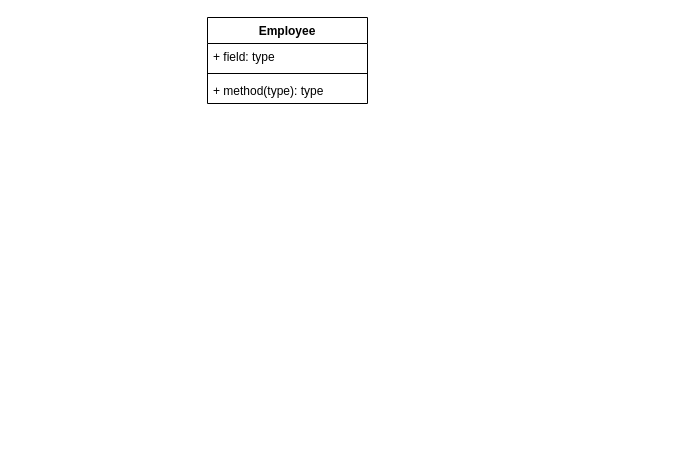
Above: lab7UML.drawio in alymoataz/Employee-Management-System (draw.io), before the change. Source tidied: cells renumbered, new cells numbered last; positions are measured from the earlier drawing's top-left corner, leaving out a move shared by most shapes. Both pictures are drawn from the tidied source at 100%, with x=0, y=0 at pixel (207, 17).
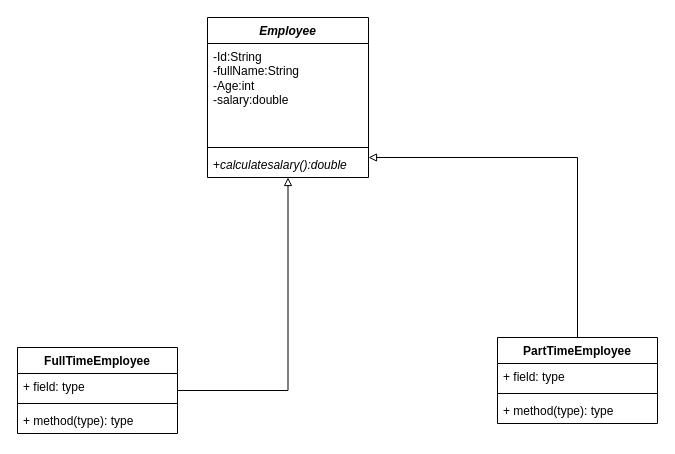
Above is the later version.

What changed in the source:
```diff
@@
 <mxGraphModel>
   <root>
     <mxCell id="0" />
     <mxCell id="1" parent="0" />
-    <mxCell id="2" value="Employee&lt;div&gt;&lt;br&gt;&lt;/div&gt;" style="swimlane;fontStyle=1;align=center;verticalAlign=top;horizontal=1;startSize=26;whiteSpace=wrap;html=1;" parent="1" vertex="1">
-      <mxGeometry width="160" height="86" as="geometry" />
+    <mxCell id="2" value="&lt;i&gt;Employee&lt;/i&gt;" style="swimlane;fontStyle=1;align=center;verticalAlign=top;horizontal=1;startSize=26;whiteSpace=wrap;html=1;" parent="1" vertex="1">
+      <mxGeometry width="161" height="160" as="geometry" />
     </mxCell>
-    <mxCell id="3" value="+ field: type" style="text;strokeColor=none;fillColor=none;align=left;verticalAlign=top;spacingLeft=4;spacingRight=4;overflow=hidden;whiteSpace=wrap;html=1;" parent="2" vertex="1">
-      <mxGeometry y="26" width="160" height="26" as="geometry" />
-    </mxCell>
-    <mxCell id="4" style="line;strokeWidth=1;fillColor=none;align=left;verticalAlign=middle;spacingTop=-1;spacingLeft=3;spacingRight=3;labelPosition=right;strokeColor=inherit;labelPerimeter=1;" parent="2" vertex="1">
-      <mxGeometry y="52" width="160" height="8" as="geometry" />
-    </mxCell>
-    <mxCell id="5" value="+ method(type): type" style="text;strokeColor=none;fillColor=none;align=left;verticalAlign=top;spacingLeft=4;spacingRight=4;overflow=hidden;whiteSpace=wrap;html=1;" parent="2" vertex="1">
-      <mxGeometry y="60" width="160" height="26" as="geometry" />
-    </mxCell>
+    <mxCell id="6" value="-Id:String&lt;div&gt;-fullName:String&lt;/div&gt;&lt;div&gt;-Age:int&lt;/div&gt;&lt;div&gt;-salary:double&lt;/div&gt;&lt;div&gt;&lt;br&gt;&lt;/div&gt;" style="text;strokeColor=none;fillColor=none;align=left;verticalAlign=top;spacingLeft=4;spacingRight=4;overflow=hidden;whiteSpace=wrap;html=1;" parent="2" vertex="1">
+      <mxGeometry y="26" width="161" height="100" as="geometry" />
+    </mxCell>
+    <mxCell id="7" style="line;strokeWidth=1;fillColor=none;align=left;verticalAlign=middle;spacingTop=-1;spacingLeft=3;spacingRight=3;labelPosition=right;strokeColor=inherit;labelPerimeter=1;" parent="2" vertex="1">
+      <mxGeometry y="126" width="161" height="8" as="geometry" />
+    </mxCell>
+    <mxCell id="8" value="+&lt;i&gt;calculatesalary():double&lt;/i&gt;" style="text;strokeColor=none;fillColor=none;align=left;verticalAlign=top;spacingLeft=4;spacingRight=4;overflow=hidden;points=[[0,0.5],[1,0.5]];portConstraint=eastwest;whiteSpace=wrap;html=1;" parent="2" vertex="1">
+      <mxGeometry y="134" width="161" height="26" as="geometry" />
+    </mxCell>
+    <mxCell id="9" style="edgeStyle=orthogonalEdgeStyle;rounded=0;jettySize=auto;html=1;entryX=0.5;entryY=1;entryDx=0;entryDy=0;defaultLabelBackgroundColor=page;labelPadding=0 4;endArrow=block;endFill=0;" parent="1" edge="1" source="10" target="2">
+      <mxGeometry relative="1" as="geometry" />
+    </mxCell>
+    <mxCell id="10" value="FullTimeEmployee&lt;div&gt;&lt;br&gt;&lt;/div&gt;" style="swimlane;fontStyle=1;align=center;verticalAlign=top;horizontal=1;startSize=26;whiteSpace=wrap;html=1;" parent="1" vertex="1">
+      <mxGeometry x="-190" y="330" width="160" height="86" as="geometry" />
+    </mxCell>
+    <mxCell id="11" value="+ field: type" style="text;strokeColor=none;fillColor=none;align=left;verticalAlign=top;spacingLeft=4;spacingRight=4;overflow=hidden;whiteSpace=wrap;html=1;" parent="10" vertex="1">
+      <mxGeometry y="26" width="160" height="26" as="geometry" />
+    </mxCell>
+    <mxCell id="12" style="line;strokeWidth=1;fillColor=none;align=left;verticalAlign=middle;spacingTop=-1;spacingLeft=3;spacingRight=3;labelPosition=right;strokeColor=inherit;labelPerimeter=1;" parent="10" vertex="1">
+      <mxGeometry y="52" width="160" height="8" as="geometry" />
+    </mxCell>
+    <mxCell id="13" value="+ method(type): type" style="text;strokeColor=none;fillColor=none;align=left;verticalAlign=top;spacingLeft=4;spacingRight=4;overflow=hidden;whiteSpace=wrap;html=1;" parent="10" vertex="1">
+      <mxGeometry y="60" width="160" height="26" as="geometry" />
+    </mxCell>
+    <mxCell id="14" style="edgeStyle=orthogonalEdgeStyle;rounded=0;jettySize=auto;html=1;defaultLabelBackgroundColor=page;labelPadding=0 4;endArrow=block;endFill=0;" parent="1" edge="1" source="15" target="8">
+      <mxGeometry relative="1" as="geometry">
+        <Array as="points">
+          <mxPoint x="370" y="140" />
+        </Array>
+      </mxGeometry>
+    </mxCell>
+    <mxCell id="15" value="PartTimeEmployee" style="swimlane;fontStyle=1;align=center;verticalAlign=top;horizontal=1;startSize=26;whiteSpace=wrap;html=1;" parent="1" vertex="1">
+      <mxGeometry x="290" y="320" width="160" height="86" as="geometry" />
+    </mxCell>
+    <mxCell id="16" value="+ field: type" style="text;strokeColor=none;fillColor=none;align=left;verticalAlign=top;spacingLeft=4;spacingRight=4;overflow=hidden;whiteSpace=wrap;html=1;" parent="15" vertex="1">
+      <mxGeometry y="26" width="160" height="26" as="geometry" />
+    </mxCell>
+    <mxCell id="17" style="line;strokeWidth=1;fillColor=none;align=left;verticalAlign=middle;spacingTop=-1;spacingLeft=3;spacingRight=3;labelPosition=right;strokeColor=inherit;labelPerimeter=1;" parent="15" vertex="1">
+      <mxGeometry y="52" width="160" height="8" as="geometry" />
+    </mxCell>
+    <mxCell id="18" value="+ method(type): type" style="text;strokeColor=none;fillColor=none;align=left;verticalAlign=top;spacingLeft=4;spacingRight=4;overflow=hidden;whiteSpace=wrap;html=1;" parent="15" vertex="1">
+      <mxGeometry y="60" width="160" height="26" as="geometry" />
+    </mxCell>
   </root>
 </mxGraphModel>
```
